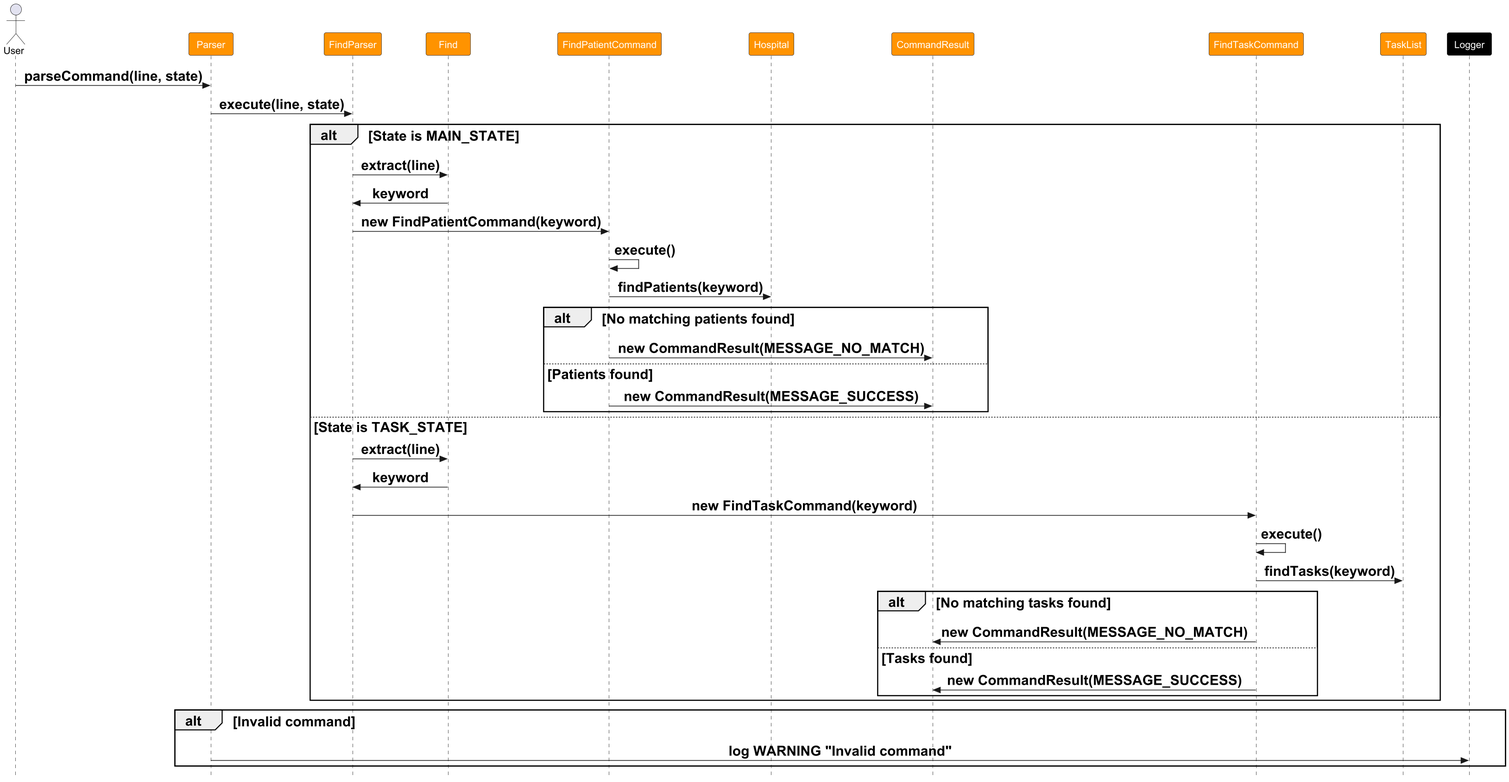
Earlier version of the PlantUML export docs/images/FindSequenceDiagram.png (nus-cs2113-AY2425S1/tp).
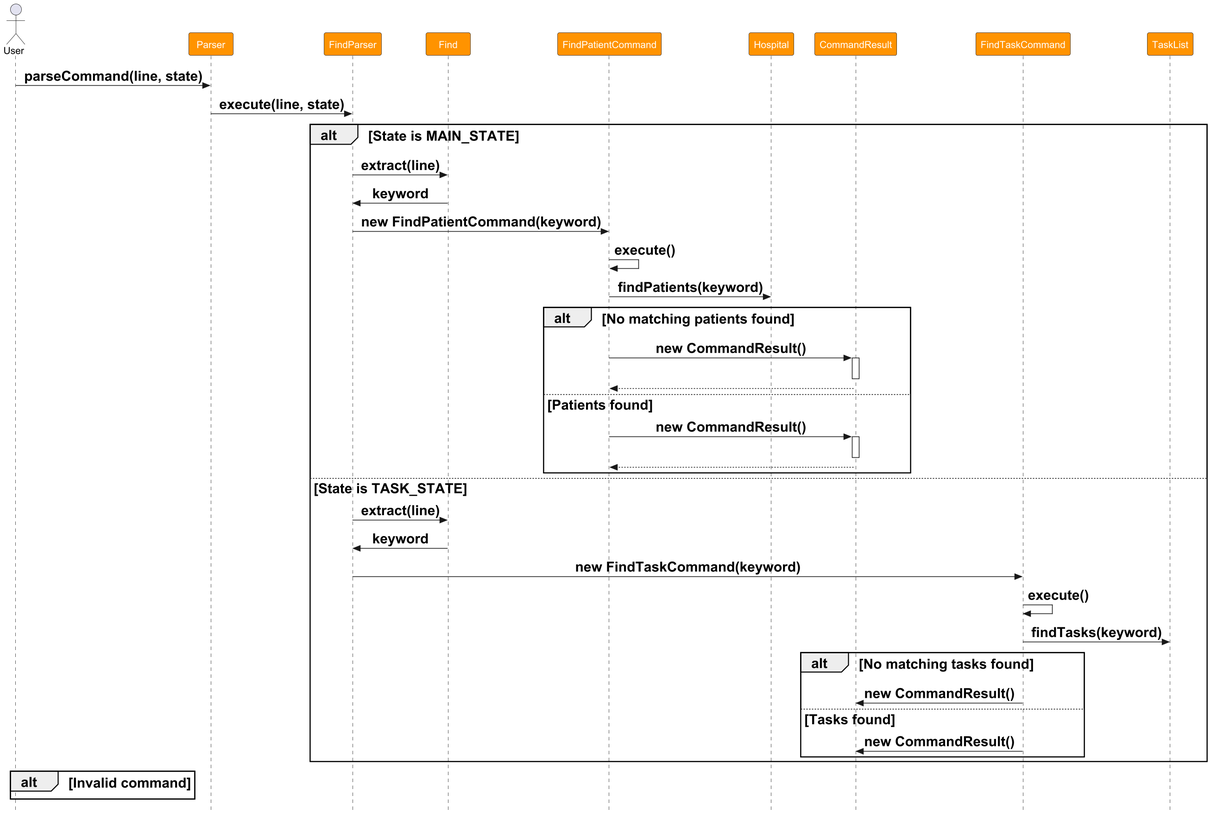
After the commit.

Commit message:
Address NCF3535 comments

What changed in the source:
```diff
@@ -13,7 +13,6 @@
 participant CommandResult PARSER_COLOR
 participant FindTaskCommand PARSER_COLOR
 participant TaskList PARSER_COLOR
-participant Logger LOGGER_COLOR
 scale 1.5
 skinparam defaultFontSize 20
 
@@ -27,9 +26,15 @@
     FindPatientCommand -> FindPatientCommand : execute()
     FindPatientCommand -> Hospital : findPatients(keyword)
     alt No matching patients found
-        FindPatientCommand -> CommandResult : new CommandResult(MESSAGE_NO_MATCH)
+        FindPatientCommand -> CommandResult : new CommandResult()
+        activate CommandResult
+        deactivate CommandResult
+        CommandResult --> FindPatientCommand
     else Patients found
-        FindPatientCommand -> CommandResult : new CommandResult(MESSAGE_SUCCESS)
+        FindPatientCommand -> CommandResult : new CommandResult()
+        activate CommandResult
+        deactivate CommandResult
+        CommandResult --> FindPatientCommand
     end
 else State is TASK_STATE
     FindParser -> Find : extract(line)
@@ -38,14 +43,13 @@
     FindTaskCommand -> FindTaskCommand : execute()
     FindTaskCommand -> TaskList : findTasks(keyword)
     alt No matching tasks found
-        FindTaskCommand -> CommandResult : new CommandResult(MESSAGE_NO_MATCH)
+        FindTaskCommand -> CommandResult : new CommandResult()
     else Tasks found
-        FindTaskCommand -> CommandResult : new CommandResult(MESSAGE_SUCCESS)
+        FindTaskCommand -> CommandResult : new CommandResult()
     end
 end
 
 alt Invalid command
-    Parser -> Logger : log WARNING "Invalid command"
 end
 
 @enduml
```
